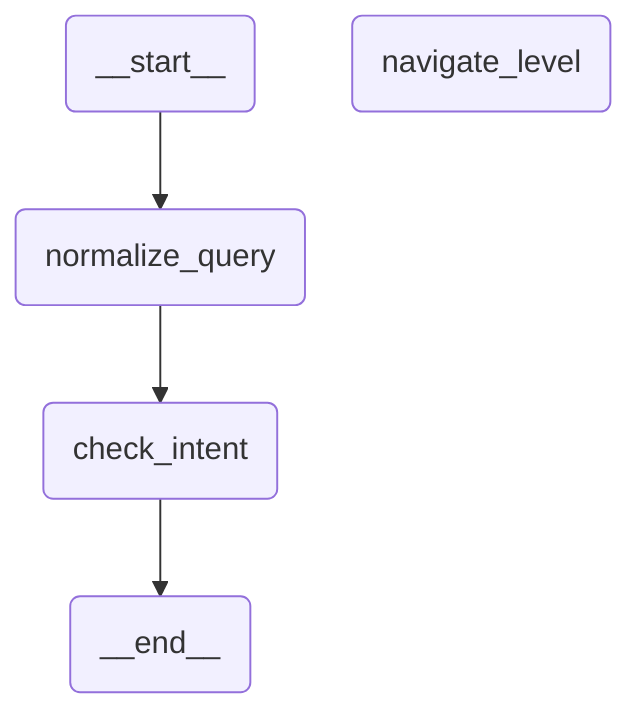
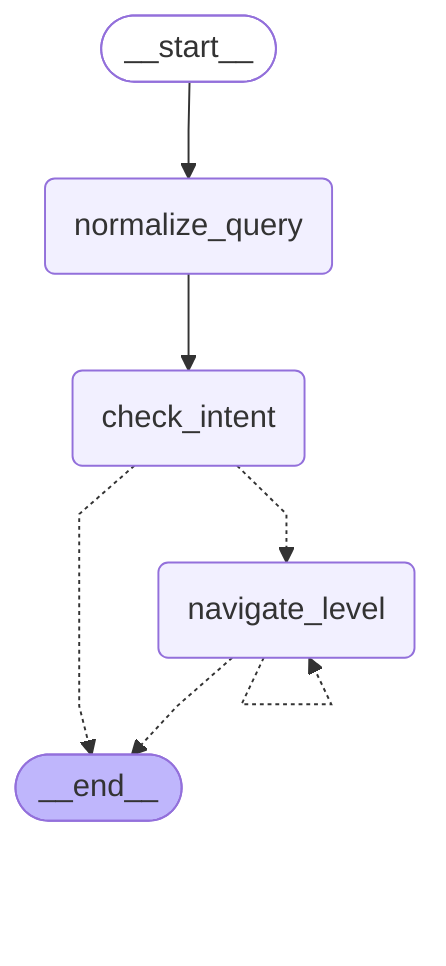
---
config:
  flowchart:
    curve: linear
---
graph TD;
- 	__start__(<p>__start__</p>)
+ 	__start__([<p>__start__</p>]):::first
	normalize_query(normalize_query)
	check_intent(check_intent)
	navigate_level(navigate_level)
- 	__end__(<p>__end__</p>)
+ 	__end__([<p>__end__</p>]):::last
	__start__ --> normalize_query;
+ 	check_intent -.-> __end__;
+ 	check_intent -.-> navigate_level;
+ 	navigate_level -.-> __end__;
	normalize_query --> check_intent;
- 	check_intent --> __end__;
+ 	navigate_level -.-> navigate_level;
	classDef default fill:#f2f0ff,line-height:1.2
	classDef first fill-opacity:0
	classDef last fill:#bfb6fc
